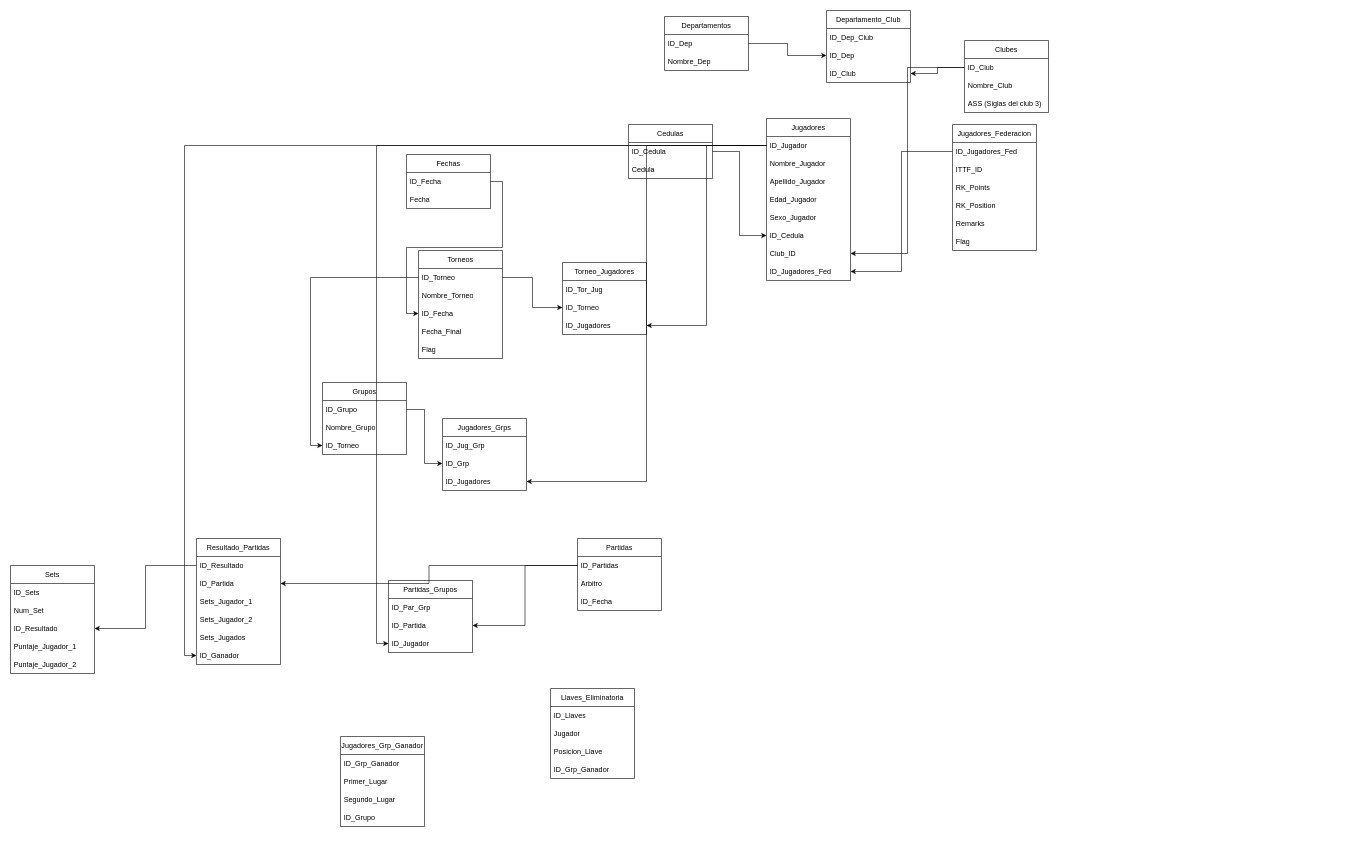
This is DiagramDBTTN.drawio from sologia/draw.io, a draw.io file, before an edit. Source tidied: cells renumbered, new cells numbered last; positions are measured from the earlier drawing's top-left corner, leaving out a move shared by most shapes. Both pictures are drawn from the tidied source at 60%, with x=0, y=0 at pixel (10, 10).
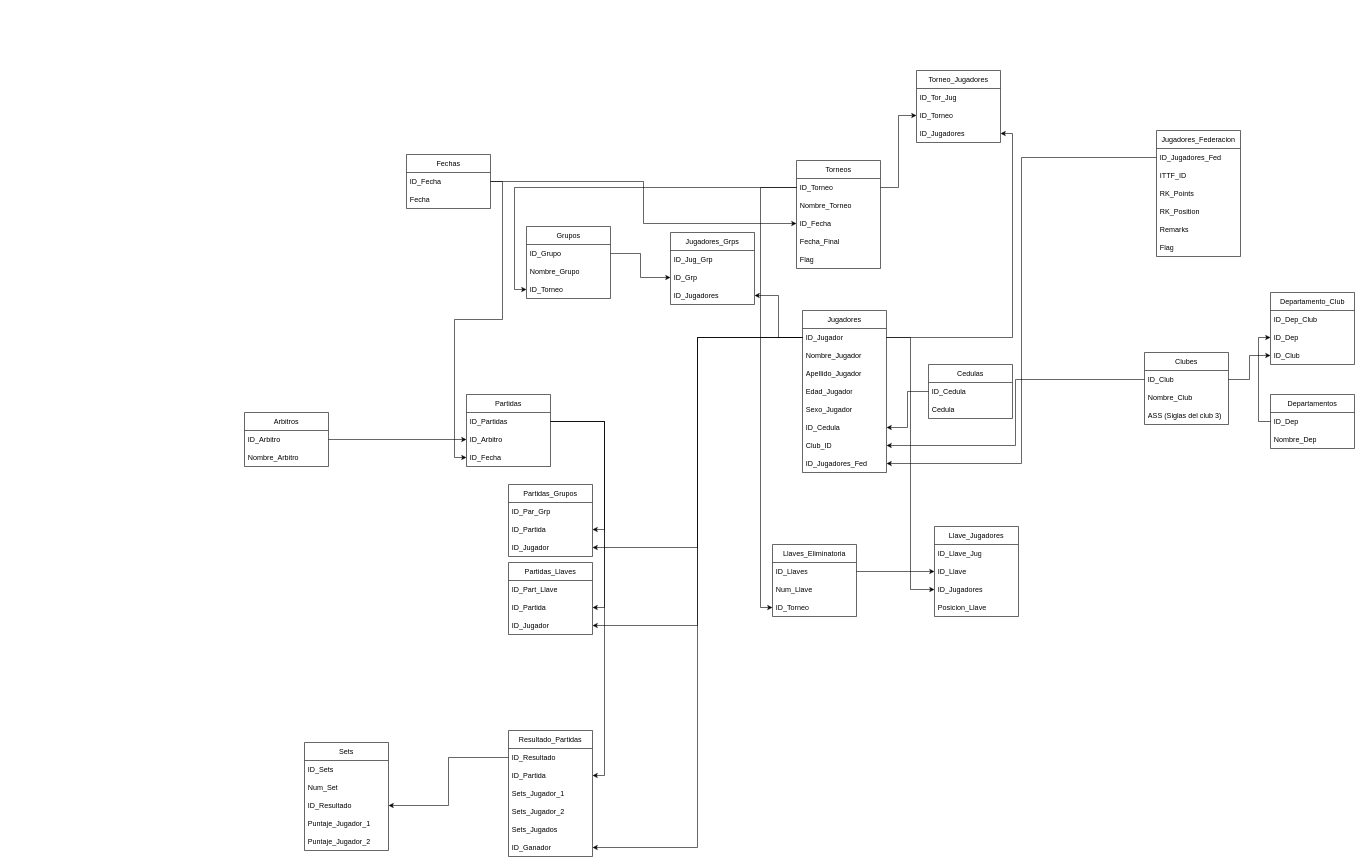
The same page after the edit.

The change refers to these unchanged cells:
```xml
<mxCell id="6" value="ID_Club" style="text;strokeColor=none;fillColor=none;align=left;verticalAlign=middle;spacingLeft=4;spacingRight=4;overflow=hidden;points=[[0,0.5],[1,0.5]];portConstraint=eastwest;whiteSpace=wrap;html=1;" parent="5" vertex="1">
  <mxGeometry y="30" width="140" height="30" as="geometry" />
</mxCell>
<mxCell id="12" value="ID_Club" style="text;strokeColor=none;fillColor=none;align=left;verticalAlign=middle;spacingLeft=4;spacingRight=4;overflow=hidden;points=[[0,0.5],[1,0.5]];portConstraint=eastwest;whiteSpace=wrap;html=1;" parent="9" vertex="1">
  <mxGeometry y="90" width="140" height="30" as="geometry" />
</mxCell>
<mxCell id="16" value="ID_Jugador" style="text;strokeColor=none;fillColor=none;align=left;verticalAlign=middle;spacingLeft=4;spacingRight=4;overflow=hidden;points=[[0,0.5],[1,0.5]];portConstraint=eastwest;whiteSpace=wrap;html=1;" parent="15" vertex="1">
  <mxGeometry y="30" width="140" height="30" as="geometry" />
</mxCell>
<mxCell id="21" value="ID_Cedula" style="text;strokeColor=none;fillColor=none;align=left;verticalAlign=middle;spacingLeft=4;spacingRight=4;overflow=hidden;points=[[0,0.5],[1,0.5]];portConstraint=eastwest;whiteSpace=wrap;html=1;" parent="15" vertex="1">
  <mxGeometry y="180" width="140" height="30" as="geometry" />
</mxCell>
<mxCell id="32" value="ID_Cedula" style="text;strokeColor=none;fillColor=none;align=left;verticalAlign=middle;spacingLeft=4;spacingRight=4;overflow=hidden;points=[[0,0.5],[1,0.5]];portConstraint=eastwest;whiteSpace=wrap;html=1;" parent="31" vertex="1">
  <mxGeometry y="30" width="140" height="30" as="geometry" />
</mxCell>
<mxCell id="38" value="ID_Torneo" style="text;strokeColor=none;fillColor=none;align=left;verticalAlign=middle;spacingLeft=4;spacingRight=4;overflow=hidden;points=[[0,0.5],[1,0.5]];portConstraint=eastwest;whiteSpace=wrap;html=1;" parent="37" vertex="1">
  <mxGeometry y="30" width="140" height="30" as="geometry" />
</mxCell>
<mxCell id="44" value="ID_Fecha" style="text;strokeColor=none;fillColor=none;align=left;verticalAlign=middle;spacingLeft=4;spacingRight=4;overflow=hidden;points=[[0,0.5],[1,0.5]];portConstraint=eastwest;whiteSpace=wrap;html=1;" parent="43" vertex="1">
  <mxGeometry y="30" width="140" height="30" as="geometry" />
</mxCell>
<mxCell id="64" value="ID_Llaves" style="text;strokeColor=none;fillColor=none;align=left;verticalAlign=middle;spacingLeft=4;spacingRight=4;overflow=hidden;points=[[0,0.5],[1,0.5]];portConstraint=eastwest;whiteSpace=wrap;html=1;" parent="63" vertex="1">
  <mxGeometry y="30" width="140" height="30" as="geometry" />
</mxCell>
<mxCell id="69" value="ID_Partidas" style="text;strokeColor=none;fillColor=none;align=left;verticalAlign=middle;spacingLeft=4;spacingRight=4;overflow=hidden;points=[[0,0.5],[1,0.5]];portConstraint=eastwest;whiteSpace=wrap;html=1;" parent="68" vertex="1">
  <mxGeometry y="30" width="140" height="30" as="geometry" />
</mxCell>
<mxCell id="71" value="ID_Fecha" style="text;strokeColor=none;fillColor=none;align=left;verticalAlign=middle;spacingLeft=4;spacingRight=4;overflow=hidden;points=[[0,0.5],[1,0.5]];portConstraint=eastwest;whiteSpace=wrap;html=1;" parent="68" vertex="1">
  <mxGeometry y="90" width="140" height="30" as="geometry" />
</mxCell>
<mxCell id="75" value="ID_Jugador" style="text;strokeColor=none;fillColor=none;align=left;verticalAlign=middle;spacingLeft=4;spacingRight=4;overflow=hidden;points=[[0,0.5],[1,0.5]];portConstraint=eastwest;whiteSpace=wrap;html=1;" parent="72" vertex="1">
  <mxGeometry y="90" width="140" height="30" as="geometry" />
</mxCell>
<mxCell id="90" value="ID_Ganador" style="text;strokeColor=none;fillColor=none;align=left;verticalAlign=middle;spacingLeft=4;spacingRight=4;overflow=hidden;points=[[0,0.5],[1,0.5]];portConstraint=eastwest;whiteSpace=wrap;html=1;" parent="84" vertex="1">
  <mxGeometry y="180" width="140" height="30" as="geometry" />
</mxCell>
```

The edit, as a diff of the source:
```diff
@@
     <mxCell id="2" value="Departamentos" style="swimlane;fontStyle=0;horizontal=1;startSize=30;whiteSpace=wrap;html=1;" parent="1" vertex="1">
-      <mxGeometry x="1090" y="10" width="140" height="90" as="geometry" />
+      <mxGeometry x="2100" y="640" width="140" height="90" as="geometry" />
     </mxCell>
@@
     <mxCell id="5" value="Clubes" style="swimlane;fontStyle=0;horizontal=1;startSize=30;whiteSpace=wrap;html=1;" parent="1" vertex="1">
-      <mxGeometry x="1590" y="50" width="140" height="120" as="geometry" />
+      <mxGeometry x="1890" y="570" width="140" height="120" as="geometry" />
     </mxCell>
@@
     <mxCell id="9" value="Departamento_Club" style="swimlane;fontStyle=0;horizontal=1;startSize=30;whiteSpace=wrap;html=1;" parent="1" vertex="1">
-      <mxGeometry x="1360" width="140" height="120" as="geometry" />
+      <mxGeometry x="2100" y="470" width="140" height="120" as="geometry" />
     </mxCell>
@@
-    <mxCell id="14" style="edgeStyle=orthogonalEdgeStyle;rounded=0;jettySize=auto;html=1;entryX=1;entryY=0.5;entryDx=0;entryDy=0;" parent="1" edge="1" source="6" target="12">
+    <mxCell id="14" style="edgeStyle=orthogonalEdgeStyle;rounded=0;jettySize=auto;html=1;entryX=0;entryY=0.5;entryDx=0;entryDy=0;" parent="1" edge="1" source="6" target="12">
       <mxGeometry relative="1" as="geometry" />
     </mxCell>
     <mxCell id="15" value="Jugadores" style="swimlane;fontStyle=0;horizontal=1;startSize=30;whiteSpace=wrap;html=1;" parent="1" vertex="1">
-      <mxGeometry x="1260" y="180" width="140" height="270" as="geometry" />
+      <mxGeometry x="1320" y="500" width="140" height="270" as="geometry" />
     </mxCell>
@@
     <mxCell id="24" value="Jugadores_Federacion" style="swimlane;fontStyle=0;horizontal=1;startSize=30;whiteSpace=wrap;html=1;" parent="1" vertex="1">
-      <mxGeometry x="1570" y="190" width="140" height="210" as="geometry" />
+      <mxGeometry x="1910" y="200" width="140" height="210" as="geometry" />
     </mxCell>
@@
     <mxCell id="31" value="Cedulas" style="swimlane;fontStyle=0;horizontal=1;startSize=30;whiteSpace=wrap;html=1;" parent="1" vertex="1">
-      <mxGeometry x="1030" y="190" width="140" height="90" as="geometry" />
+      <mxGeometry x="1530" y="590" width="140" height="90" as="geometry" />
     </mxCell>
@@
-    <mxCell id="34" style="edgeStyle=orthogonalEdgeStyle;rounded=0;jettySize=auto;html=1;entryX=0;entryY=0.5;entryDx=0;entryDy=0;" parent="1" edge="1" source="32" target="21">
+    <mxCell id="34" style="edgeStyle=orthogonalEdgeStyle;rounded=0;jettySize=auto;html=1;entryX=1;entryY=0.5;entryDx=0;entryDy=0;" parent="1" edge="1" source="32" target="21">
       <mxGeometry relative="1" as="geometry" />
     </mxCell>
@@
     <mxCell id="37" value="Torneos" style="swimlane;fontStyle=0;horizontal=1;startSize=30;whiteSpace=wrap;html=1;" parent="1" vertex="1">
-      <mxGeometry x="680" y="400" width="140" height="180" as="geometry" />
+      <mxGeometry x="1310" y="250" width="140" height="180" as="geometry" />
     </mxCell>
@@
     <mxCell id="47" value="Torneo_Jugadores" style="swimlane;fontStyle=0;horizontal=1;startSize=30;whiteSpace=wrap;html=1;" parent="1" vertex="1">
-      <mxGeometry x="920" y="420" width="140" height="120" as="geometry" />
+      <mxGeometry x="1510" y="100" width="140" height="120" as="geometry" />
     </mxCell>
@@
     <mxCell id="54" value="Grupos" style="swimlane;fontStyle=0;horizontal=1;startSize=30;whiteSpace=wrap;html=1;" parent="1" vertex="1">
-      <mxGeometry x="520" y="620" width="140" height="120" as="geometry" />
+      <mxGeometry x="860" y="360" width="140" height="120" as="geometry" />
     </mxCell>
@@
-    <mxCell id="58" value="Jugadores_Grp_Ganador" style="swimlane;fontStyle=0;horizontal=1;startSize=30;whiteSpace=wrap;html=1;" parent="1" vertex="1">
-      <mxGeometry x="550" y="1210" width="140" height="150" as="geometry" />
-    </mxCell>
-    <mxCell id="59" value="ID_Grp_Ganador" style="text;strokeColor=none;fillColor=none;align=left;verticalAlign=middle;spacingLeft=4;spacingRight=4;overflow=hidden;whiteSpace=wrap;html=1;" parent="58" vertex="1">
-      <mxGeometry y="30" width="140" height="30" as="geometry" />
-    </mxCell>
-    <mxCell id="60" value="Primer_Lugar" style="text;strokeColor=none;fillColor=none;align=left;verticalAlign=middle;spacingLeft=4;spacingRight=4;overflow=hidden;whiteSpace=wrap;html=1;" parent="58" vertex="1">
-      <mxGeometry y="60" width="140" height="30" as="geometry" />
-    </mxCell>
-    <mxCell id="61" value="Segundo_Lugar" style="text;strokeColor=none;fillColor=none;align=left;verticalAlign=middle;spacingLeft=4;spacingRight=4;overflow=hidden;whiteSpace=wrap;html=1;" parent="58" vertex="1">
-      <mxGeometry y="90" width="140" height="30" as="geometry" />
-    </mxCell>
-    <mxCell id="62" value="ID_Grupo" style="text;strokeColor=none;fillColor=none;align=left;verticalAlign=middle;spacingLeft=4;spacingRight=4;overflow=hidden;whiteSpace=wrap;html=1;" parent="58" vertex="1">
-      <mxGeometry y="120" width="140" height="30" as="geometry" />
-    </mxCell>
     <mxCell id="63" value="Llaves_Eliminatoria" style="swimlane;fontStyle=0;horizontal=1;startSize=30;whiteSpace=wrap;html=1;" parent="1" vertex="1">
-      <mxGeometry x="900" y="1130" width="140" height="150" as="geometry" />
+      <mxGeometry x="1270" y="890" width="140" height="120" as="geometry" />
     </mxCell>
@@
-    <mxCell id="65" value="Jugador" style="text;strokeColor=none;fillColor=none;align=left;verticalAlign=middle;spacingLeft=4;spacingRight=4;overflow=hidden;whiteSpace=wrap;html=1;" parent="63" vertex="1">
-      <mxGeometry y="60" width="140" height="30" as="geometry" />
-    </mxCell>
-    <mxCell id="66" value="Posicion_Llave" style="text;strokeColor=none;fillColor=none;align=left;verticalAlign=middle;spacingLeft=4;spacingRight=4;overflow=hidden;whiteSpace=wrap;html=1;" parent="63" vertex="1">
-      <mxGeometry y="90" width="140" height="30" as="geometry" />
-    </mxCell>
-    <mxCell id="67" value="ID_Grp_Ganador" style="text;strokeColor=none;fillColor=none;align=left;verticalAlign=middle;spacingLeft=4;spacingRight=4;overflow=hidden;whiteSpace=wrap;html=1;" parent="63" vertex="1">
-      <mxGeometry y="120" width="140" height="30" as="geometry" />
-    </mxCell>
+    <mxCell id="100" value="Num_Llave" style="text;strokeColor=none;fillColor=none;align=left;verticalAlign=middle;spacingLeft=4;spacingRight=4;overflow=hidden;whiteSpace=wrap;html=1;" parent="63" vertex="1">
+      <mxGeometry y="60" width="140" height="30" as="geometry" />
+    </mxCell>
+    <mxCell id="101" value="ID_Torneo" style="text;strokeColor=none;fillColor=none;align=left;verticalAlign=middle;spacingLeft=4;spacingRight=4;overflow=hidden;points=[[0,0.5],[1,0.5]];portConstraint=eastwest;whiteSpace=wrap;html=1;" parent="63" vertex="1">
+      <mxGeometry y="90" width="140" height="30" as="geometry" />
+    </mxCell>
     <mxCell id="68" value="Partidas" style="swimlane;fontStyle=0;horizontal=1;startSize=30;whiteSpace=wrap;html=1;" parent="1" vertex="1">
-      <mxGeometry x="945" y="880" width="140" height="120" as="geometry" />
+      <mxGeometry x="760" y="640" width="140" height="120" as="geometry" />
     </mxCell>
@@
-    <mxCell id="70" value="Arbitro" style="text;strokeColor=none;fillColor=none;align=left;verticalAlign=middle;spacingLeft=4;spacingRight=4;overflow=hidden;points=[[0,0.5],[1,0.5]];portConstraint=eastwest;whiteSpace=wrap;html=1;" parent="68" vertex="1">
+    <mxCell id="70" value="ID_Arbitro" style="text;strokeColor=none;fillColor=none;align=left;verticalAlign=middle;spacingLeft=4;spacingRight=4;overflow=hidden;points=[[0,0.5],[1,0.5]];portConstraint=eastwest;whiteSpace=wrap;html=1;" parent="68" vertex="1">
       <mxGeometry y="60" width="140" height="30" as="geometry" />
     </mxCell>
@@
     <mxCell id="72" value="Partidas_Grupos" style="swimlane;fontStyle=0;horizontal=1;startSize=30;whiteSpace=wrap;html=1;" parent="1" vertex="1">
-      <mxGeometry x="630" y="950" width="140" height="120" as="geometry" />
+      <mxGeometry x="830" y="790" width="140" height="120" as="geometry" />
     </mxCell>
@@
     <mxCell id="76" value="Jugadores_Grps" style="swimlane;fontStyle=0;horizontal=1;startSize=30;whiteSpace=wrap;html=1;" parent="1" vertex="1">
-      <mxGeometry x="720" y="680" width="140" height="120" as="geometry" />
+      <mxGeometry x="1100" y="370" width="140" height="120" as="geometry" />
     </mxCell>
@@
-    <mxCell id="83" style="edgeStyle=orthogonalEdgeStyle;rounded=0;jettySize=auto;html=1;entryX=0;entryY=0.5;entryDx=0;entryDy=0;" parent="1" edge="1" source="16" target="75">
+    <mxCell id="83" style="edgeStyle=orthogonalEdgeStyle;rounded=0;jettySize=auto;html=1;entryX=1;entryY=0.5;entryDx=0;entryDy=0;" parent="1" edge="1" source="16" target="75">
       <mxGeometry relative="1" as="geometry" />
     </mxCell>
     <mxCell id="84" value="Resultado_Partidas" style="swimlane;fontStyle=0;horizontal=1;startSize=30;whiteSpace=wrap;html=1;" parent="1" vertex="1">
-      <mxGeometry x="310" y="880" width="140" height="210" as="geometry" />
+      <mxGeometry x="830" y="1200" width="140" height="210" as="geometry" />
     </mxCell>
@@
-    <mxCell id="92" style="edgeStyle=orthogonalEdgeStyle;rounded=0;jettySize=auto;html=1;entryX=0;entryY=0.5;entryDx=0;entryDy=0;" parent="1" edge="1" source="16" target="90">
+    <mxCell id="92" style="edgeStyle=orthogonalEdgeStyle;rounded=0;jettySize=auto;html=1;entryX=1;entryY=0.5;entryDx=0;entryDy=0;" parent="1" edge="1" source="16" target="90">
       <mxGeometry relative="1" as="geometry" />
     </mxCell>
     <mxCell id="93" value="Sets" style="swimlane;fontStyle=0;horizontal=1;startSize=30;whiteSpace=wrap;html=1;" parent="1" vertex="1">
-      <mxGeometry y="925" width="140" height="180" as="geometry" />
+      <mxGeometry x="490" y="1220" width="140" height="180" as="geometry" />
     </mxCell>
@@
+    <mxCell id="102" value="Llave_Jugadores" style="swimlane;fontStyle=0;horizontal=1;startSize=30;whiteSpace=wrap;html=1;" parent="1" vertex="1">
+      <mxGeometry x="1540" y="860" width="140" height="150" as="geometry" />
+    </mxCell>
+    <mxCell id="103" value="ID_Llave_Jug" style="text;strokeColor=none;fillColor=none;align=left;verticalAlign=middle;spacingLeft=4;spacingRight=4;overflow=hidden;whiteSpace=wrap;html=1;" parent="102" vertex="1">
+      <mxGeometry y="30" width="140" height="30" as="geometry" />
+    </mxCell>
+    <mxCell id="104" value="ID_Llave" style="text;strokeColor=none;fillColor=none;align=left;verticalAlign=middle;spacingLeft=4;spacingRight=4;overflow=hidden;points=[[0,0.5],[1,0.5]];portConstraint=eastwest;whiteSpace=wrap;html=1;" parent="102" vertex="1">
+      <mxGeometry y="60" width="140" height="30" as="geometry" />
+    </mxCell>
+    <mxCell id="105" value="ID_Jugadores" style="text;strokeColor=none;fillColor=none;align=left;verticalAlign=middle;spacingLeft=4;spacingRight=4;overflow=hidden;points=[[0,0.5],[1,0.5]];portConstraint=eastwest;whiteSpace=wrap;html=1;" parent="102" vertex="1">
+      <mxGeometry y="90" width="140" height="30" as="geometry" />
+    </mxCell>
+    <mxCell id="66" value="Posicion_Llave" style="text;strokeColor=none;fillColor=none;align=left;verticalAlign=middle;spacingLeft=4;spacingRight=4;overflow=hidden;whiteSpace=wrap;html=1;" parent="102" vertex="1">
+      <mxGeometry y="120" width="140" height="30" as="geometry" />
+    </mxCell>
+    <mxCell id="106" value="Partidas_Llaves" style="swimlane;fontStyle=0;horizontal=1;startSize=30;whiteSpace=wrap;html=1;" parent="1" vertex="1">
+      <mxGeometry x="830" y="920" width="140" height="120" as="geometry" />
+    </mxCell>
+    <mxCell id="107" value="ID_Part_Llave" style="text;strokeColor=none;fillColor=none;align=left;verticalAlign=middle;spacingLeft=4;spacingRight=4;overflow=hidden;whiteSpace=wrap;html=1;" parent="106" vertex="1">
+      <mxGeometry y="30" width="140" height="30" as="geometry" />
+    </mxCell>
+    <mxCell id="108" value="ID_Partida" style="text;strokeColor=none;fillColor=none;align=left;verticalAlign=middle;spacingLeft=4;spacingRight=4;overflow=hidden;points=[[0,0.5],[1,0.5]];portConstraint=eastwest;whiteSpace=wrap;html=1;" parent="106" vertex="1">
+      <mxGeometry y="60" width="140" height="30" as="geometry" />
+    </mxCell>
+    <mxCell id="109" value="ID_Jugador" style="text;strokeColor=none;fillColor=none;align=left;verticalAlign=middle;spacingLeft=4;spacingRight=4;overflow=hidden;points=[[0,0.5],[1,0.5]];portConstraint=eastwest;whiteSpace=wrap;html=1;" parent="106" vertex="1">
+      <mxGeometry y="90" width="140" height="30" as="geometry" />
+    </mxCell>
+    <mxCell id="110" style="edgeStyle=orthogonalEdgeStyle;rounded=0;jettySize=auto;html=1;entryX=1;entryY=0.5;entryDx=0;entryDy=0;" parent="1" edge="1" source="69" target="108">
+      <mxGeometry relative="1" as="geometry" />
+    </mxCell>
+    <mxCell id="111" style="edgeStyle=orthogonalEdgeStyle;rounded=0;jettySize=auto;html=1;entryX=1;entryY=0.5;entryDx=0;entryDy=0;" parent="1" edge="1" source="16" target="109">
+      <mxGeometry relative="1" as="geometry" />
+    </mxCell>
+    <mxCell id="112" style="edgeStyle=orthogonalEdgeStyle;rounded=0;jettySize=auto;html=1;entryX=0;entryY=0.5;entryDx=0;entryDy=0;" parent="1" edge="1" source="16" target="105">
+      <mxGeometry relative="1" as="geometry" />
+    </mxCell>
+    <mxCell id="113" style="edgeStyle=orthogonalEdgeStyle;rounded=0;jettySize=auto;html=1;entryX=0;entryY=0.5;entryDx=0;entryDy=0;" parent="1" edge="1" source="64" target="104">
+      <mxGeometry relative="1" as="geometry" />
+    </mxCell>
+    <mxCell id="114" style="edgeStyle=orthogonalEdgeStyle;rounded=0;jettySize=auto;html=1;entryX=0;entryY=0.5;entryDx=0;entryDy=0;" parent="1" edge="1" source="38" target="101">
+      <mxGeometry relative="1" as="geometry" />
+    </mxCell>
+    <mxCell id="115" style="edgeStyle=orthogonalEdgeStyle;rounded=0;jettySize=auto;html=1;entryX=0;entryY=0.5;entryDx=0;entryDy=0;" parent="1" edge="1" source="44" target="71">
+      <mxGeometry relative="1" as="geometry" />
+    </mxCell>
+    <mxCell id="116" value="Arbitros" style="swimlane;fontStyle=0;horizontal=1;startSize=30;whiteSpace=wrap;html=1;" parent="1" vertex="1">
+      <mxGeometry x="390" y="670" width="140" height="90" as="geometry" />
+    </mxCell>
+    <mxCell id="117" value="ID_Arbitro" style="text;strokeColor=none;fillColor=none;align=left;verticalAlign=middle;spacingLeft=4;spacingRight=4;overflow=hidden;points=[[0,0.5],[1,0.5]];portConstraint=eastwest;whiteSpace=wrap;html=1;" parent="116" vertex="1">
+      <mxGeometry y="30" width="140" height="30" as="geometry" />
+    </mxCell>
+    <mxCell id="118" value="Nombre_Arbitro" style="text;strokeColor=none;fillColor=none;align=left;verticalAlign=middle;spacingLeft=4;spacingRight=4;overflow=hidden;whiteSpace=wrap;html=1;" parent="116" vertex="1">
+      <mxGeometry y="60" width="140" height="30" as="geometry" />
+    </mxCell>
+    <mxCell id="119" style="edgeStyle=orthogonalEdgeStyle;rounded=0;jettySize=auto;html=1;entryX=0;entryY=0.5;entryDx=0;entryDy=0;" parent="1" edge="1" source="117" target="70">
+      <mxGeometry relative="1" as="geometry" />
+    </mxCell>
```
